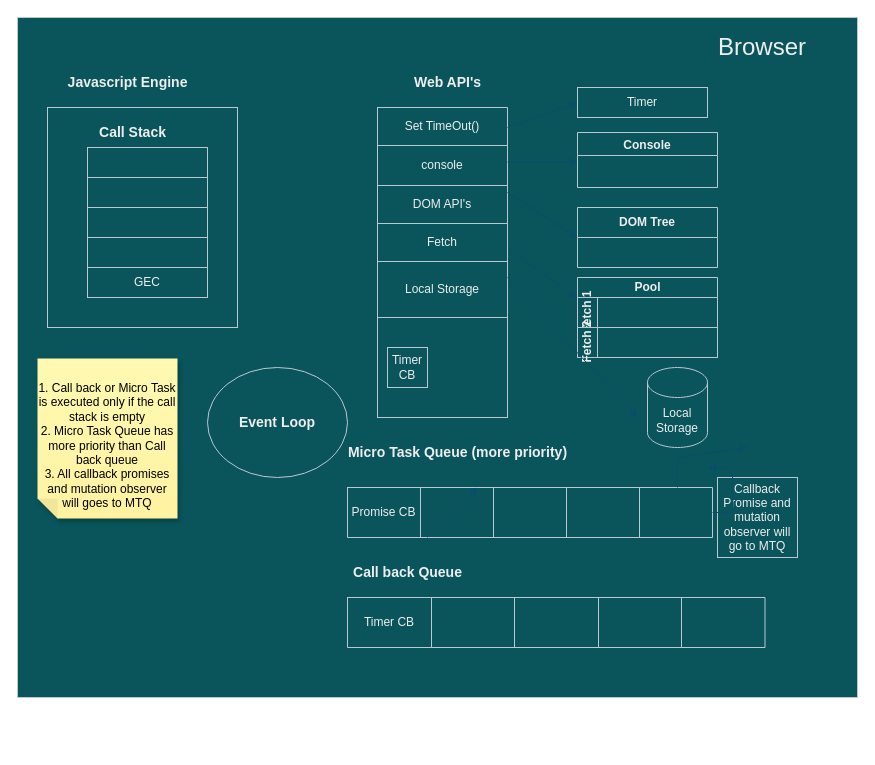
The draw.io diagram Untitled Diagram.drawio in SRUJANA-PENUGONDA13/Draw.io, before the edit. Source tidied: cells renumbered, new cells numbered last; positions are measured from the earlier drawing's top-left corner, leaving out a move shared by most shapes. Both pictures are drawn from the tidied source at 100%, with x=0, y=0 at pixel (17, 17).
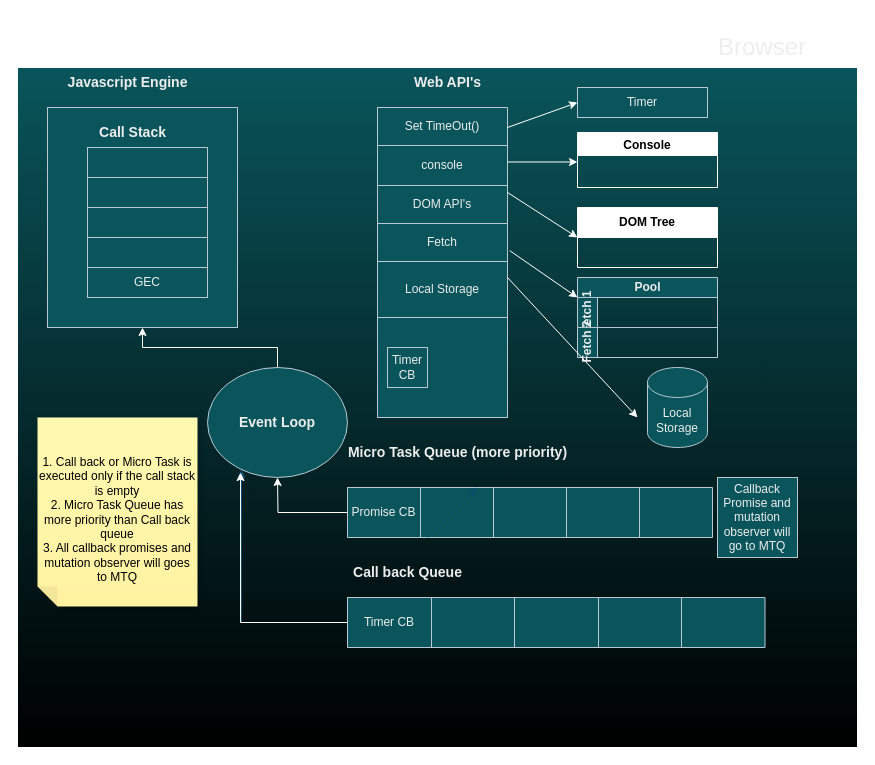
The same page after the edit.

Commit message:
Event Loop Final

The change refers to these unchanged cells:
```xml
<mxCell id="3" style="rounded=0;whiteSpace=wrap;html=1;labelBackgroundColor=none;fillColor=#09555B;strokeColor=#BAC8D3;fontColor=#EEEEEE;" parent="1" vertex="1">
  <mxGeometry x="30" y="90" width="190" height="220" as="geometry" />
</mxCell>
<mxCell id="24" style="shape=tableRow;horizontal=0;startSize=0;swimlaneHead=0;swimlaneBody=0;strokeColor=#BAC8D3;top=0;left=0;bottom=0;right=0;fillColor=none;points=[[0,0.5],[1,0.5]];portConstraint=eastwest;rounded=0;align=center;verticalAlign=middle;fontFamily=Helvetica;fontSize=12;fontColor=#EEEEEE;html=1;labelBackgroundColor=none;" parent="17" vertex="1">
  <mxGeometry y="116" width="130" height="38" as="geometry" />
</mxCell>
<mxCell id="30" value="Timer" style="rounded=0;whiteSpace=wrap;html=1;strokeColor=#BAC8D3;align=center;verticalAlign=middle;fontFamily=Helvetica;fontSize=12;fontColor=#EEEEEE;fillColor=#09555B;labelBackgroundColor=none;" parent="1" vertex="1">
  <mxGeometry x="560" y="70" width="130" height="30" as="geometry" />
</mxCell>
<mxCell id="37" style="shape=tableRow;horizontal=0;startSize=0;swimlaneHead=0;swimlaneBody=0;strokeColor=#BAC8D3;top=0;left=0;bottom=0;right=0;fillColor=none;points=[[0,0.5],[1,0.5]];portConstraint=eastwest;rounded=0;align=center;verticalAlign=middle;fontFamily=Helvetica;fontSize=12;fontColor=#EEEEEE;html=1;labelBackgroundColor=none;" parent="36" vertex="1">
  <mxGeometry width="365" height="50" as="geometry" />
</mxCell>
<mxCell id="45" style="shape=tableRow;horizontal=0;startSize=0;swimlaneHead=0;swimlaneBody=0;strokeColor=#BAC8D3;top=0;left=0;bottom=0;right=0;fillColor=none;points=[[0,0.5],[1,0.5]];portConstraint=eastwest;rounded=0;align=center;verticalAlign=middle;fontFamily=Helvetica;fontSize=12;fontColor=#EEEEEE;html=1;labelBackgroundColor=none;" parent="44" vertex="1">
  <mxGeometry width="417.5" height="50" as="geometry" />
</mxCell>
<mxCell id="52" value="&lt;font style=&quot;font-size: 14px;&quot;&gt;&lt;b&gt;Event Loop&lt;/b&gt;&lt;/font&gt;" style="ellipse;whiteSpace=wrap;html=1;rounded=0;strokeColor=#BAC8D3;align=center;verticalAlign=middle;fontFamily=Helvetica;fontSize=12;fontColor=#EEEEEE;fillColor=#09555B;labelBackgroundColor=none;" parent="1" vertex="1">
  <mxGeometry x="190" y="350" width="140" height="110" as="geometry" />
</mxCell>
```

Diff of the diagram source:
```diff
@@
-    <mxCell id="2" style="rounded=0;whiteSpace=wrap;html=1;labelBackgroundColor=none;fillColor=#09555B;strokeColor=#BAC8D3;fontColor=#EEEEEE;fontStyle=1;" parent="1" vertex="1">
-      <mxGeometry width="840" height="680" as="geometry" />
+    <mxCell id="2" style="rounded=0;whiteSpace=wrap;html=1;labelBackgroundColor=none;fillColor=#09555B;strokeColor=#ffffff;fontColor=#EEEEEE;fontStyle=1;gradientColor=default;" parent="1" vertex="1">
+      <mxGeometry y="50" width="840" height="680" as="geometry" />
     </mxCell>
@@
-    <mxCell id="12" value="Console" style="swimlane;labelBackgroundColor=none;fillColor=#09555B;strokeColor=#BAC8D3;fontColor=#EEEEEE;" parent="1" vertex="1">
+    <mxCell id="12" value="Console" style="swimlane;labelBackgroundColor=none;fillColor=#FFFFFF;strokeColor=#FFFFFF;" parent="1" vertex="1">
       <mxGeometry x="560" y="115" width="140" height="55" as="geometry" />
     </mxCell>
-    <mxCell id="13" value="DOM Tree" style="swimlane;whiteSpace=wrap;html=1;startSize=30;labelBackgroundColor=none;fillColor=#09555B;strokeColor=#BAC8D3;fontColor=#EEEEEE;" parent="1" vertex="1">
+    <mxCell id="13" value="DOM Tree" style="swimlane;whiteSpace=wrap;html=1;startSize=30;labelBackgroundColor=none;strokeColor=#FFFFFF;" parent="1" vertex="1">
       <mxGeometry x="560" y="190" width="140" height="60" as="geometry" />
     </mxCell>
@@
-    <mxCell id="29" style="endArrow=classic;html=1;rounded=0;fontFamily=Helvetica;fontSize=12;fontColor=default;entryX=0;entryY=0.5;entryDx=0;entryDy=0;labelBackgroundColor=none;strokeColor=#0B4D6A;" parent="1" edge="1" target="30">
+    <mxCell id="29" style="endArrow=classic;html=1;rounded=0;fontFamily=Helvetica;fontSize=12;fontColor=default;entryX=0;entryY=0.5;entryDx=0;entryDy=0;labelBackgroundColor=none;strokeColor=#FFFFFF;" parent="1" edge="1" target="30">
       <mxGeometry relative="1" as="geometry">
         <mxPoint x="490" y="110" as="sourcePoint" />
       </mxGeometry>
     </mxCell>
@@
-    <mxCell id="31" style="endArrow=classic;html=1;rounded=0;fontFamily=Helvetica;fontSize=12;fontColor=default;labelBackgroundColor=none;strokeColor=#0B4D6A;" parent="1" edge="1">
+    <mxCell id="31" style="endArrow=classic;html=1;rounded=0;fontFamily=Helvetica;fontSize=12;fontColor=default;labelBackgroundColor=none;strokeColor=#ffffff;" parent="1" edge="1">
       <mxGeometry relative="1" as="geometry">
         <mxPoint x="490" y="144.5" as="sourcePoint" />
         <mxPoint x="560" y="144.5" as="targetPoint" />
       </mxGeometry>
     </mxCell>
-    <mxCell id="32" style="endArrow=classic;html=1;rounded=0;fontFamily=Helvetica;fontSize=12;fontColor=default;labelBackgroundColor=none;strokeColor=#0B4D6A;" parent="1" edge="1">
+    <mxCell id="32" style="endArrow=classic;html=1;rounded=0;fontFamily=Helvetica;fontSize=12;fontColor=default;labelBackgroundColor=none;strokeColor=#FFFFFF;" parent="1" edge="1">
       <mxGeometry relative="1" as="geometry">
         <mxPoint x="490" y="175" as="sourcePoint" />
         <mxPoint x="560" y="220" as="targetPoint" />
       </mxGeometry>
     </mxCell>
-    <mxCell id="33" style="endArrow=classic;html=1;rounded=0;fontFamily=Helvetica;fontSize=12;fontColor=default;exitX=1.017;exitY=0.714;exitDx=0;exitDy=0;exitPerimeter=0;labelBackgroundColor=none;strokeColor=#0B4D6A;" parent="1" edge="1" source="24">
+    <mxCell id="33" style="endArrow=classic;html=1;rounded=0;fontFamily=Helvetica;fontSize=12;fontColor=default;exitX=1.017;exitY=0.714;exitDx=0;exitDy=0;exitPerimeter=0;labelBackgroundColor=none;strokeColor=#ffffff;" parent="1" edge="1" source="24">
       <mxGeometry relative="1" as="geometry">
         <mxPoint x="560" y="280" as="targetPoint" />
       </mxGeometry>
     </mxCell>
-    <mxCell id="34" style="endArrow=classic;html=1;rounded=0;fontFamily=Helvetica;fontSize=12;fontColor=default;labelBackgroundColor=none;strokeColor=#0B4D6A;" parent="1" edge="1">
+    <mxCell id="34" style="endArrow=classic;html=1;rounded=0;fontFamily=Helvetica;fontSize=12;fontColor=default;labelBackgroundColor=none;strokeColor=#ffffff;" parent="1" edge="1">
       <mxGeometry relative="1" as="geometry">
         <mxPoint x="490" y="260" as="sourcePoint" />
         <mxPoint x="620" y="400" as="targetPoint" />
       </mxGeometry>
     </mxCell>
@@
+    <mxCell id="60" style="edgeStyle=orthogonalEdgeStyle;rounded=0;jettySize=auto;html=1;exitX=0.5;exitY=0;exitDx=0;exitDy=0;entryX=0.5;entryY=1;entryDx=0;entryDy=0;strokeColor=#ffffff;" parent="1" edge="1" source="52" target="3">
+      <mxGeometry relative="1" as="geometry" />
+    </mxCell>
@@
-    <mxCell id="56" style="endArrow=classic;html=1;rounded=0;strokeColor=#0B4D6A;" parent="1" edge="1">
-      <mxGeometry relative="1" as="geometry">
-        <mxPoint x="660" y="470" as="sourcePoint" />
-        <mxPoint x="730" y="430" as="targetPoint" />
-        <Array as="points">
-          <mxPoint x="660" y="440" />
-        </Array>
-      </mxGeometry>
-    </mxCell>
-    <mxCell id="57" style="edgeStyle=orthogonalEdgeStyle;rounded=0;jettySize=auto;html=1;exitX=1;exitY=0.5;exitDx=0;exitDy=0;strokeColor=#0B4D6A;" parent="1" edge="1" source="37">
-      <mxGeometry relative="1" as="geometry">
-        <mxPoint x="690" y="450" as="targetPoint" />
-      </mxGeometry>
-    </mxCell>
     <mxCell id="58" value="&lt;br&gt;1. Call back or Micro Task is executed only if the call stack is empty&lt;br&gt;2. Micro Task Queue has more priority than Call back queue&lt;br&gt;3. All callback promises and mutation observer will goes to MTQ" style="shape=note;whiteSpace=wrap;html=1;backgroundOutline=1;fontColor=#000000;darkOpacity=0.05;fillColor=#FFF9B2;strokeColor=none;fillStyle=solid;direction=west;gradientDirection=north;gradientColor=#FFF2A1;shadow=1;size=20;" parent="1" vertex="1">
-      <mxGeometry x="20" y="341" width="140" height="160" as="geometry" />
+      <mxGeometry x="20" y="400" width="160" height="189" as="geometry" />
     </mxCell>
@@
+    <mxCell id="61" style="edgeStyle=orthogonalEdgeStyle;rounded=0;jettySize=auto;html=1;exitX=0;exitY=0.5;exitDx=0;exitDy=0;strokeColor=#ffffff;" parent="1" edge="1" source="37">
+      <mxGeometry relative="1" as="geometry">
+        <mxPoint x="260" y="460" as="targetPoint" />
+      </mxGeometry>
+    </mxCell>
+    <mxCell id="62" style="edgeStyle=orthogonalEdgeStyle;rounded=0;jettySize=auto;html=1;exitX=0;exitY=0.5;exitDx=0;exitDy=0;strokeColor=#0B4D6A;entryX=0.243;entryY=0.927;entryDx=0;entryDy=0;entryPerimeter=0;" parent="1" edge="1" target="52">
+      <mxGeometry relative="1" as="geometry">
+        <mxPoint x="324.5" y="605" as="sourcePoint" />
+        <Array as="points">
+          <mxPoint x="224" y="605" />
+        </Array>
+      </mxGeometry>
+    </mxCell>
+    <mxCell id="63" style="edgeStyle=orthogonalEdgeStyle;rounded=0;jettySize=auto;html=1;exitX=0;exitY=0.5;exitDx=0;exitDy=0;entryX=0.236;entryY=0.955;entryDx=0;entryDy=0;entryPerimeter=0;strokeColor=#ffffff;" parent="1" edge="1" source="45" target="52">
+      <mxGeometry relative="1" as="geometry" />
+    </mxCell>
```
